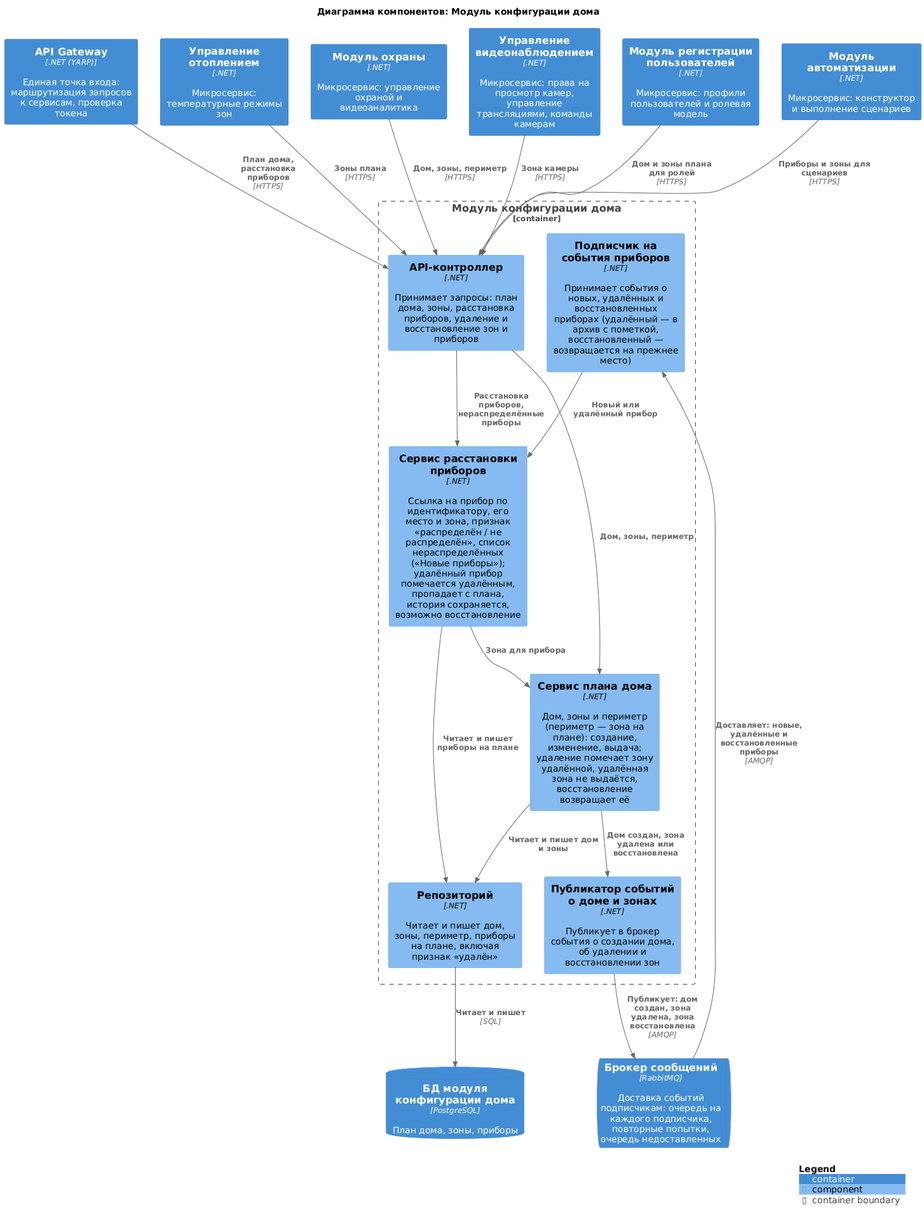
Lyamin-av/architecture-warmhouse keeps this PlantUML diagram as diagrams/components/house-configurator.png. Above is the earlier version.
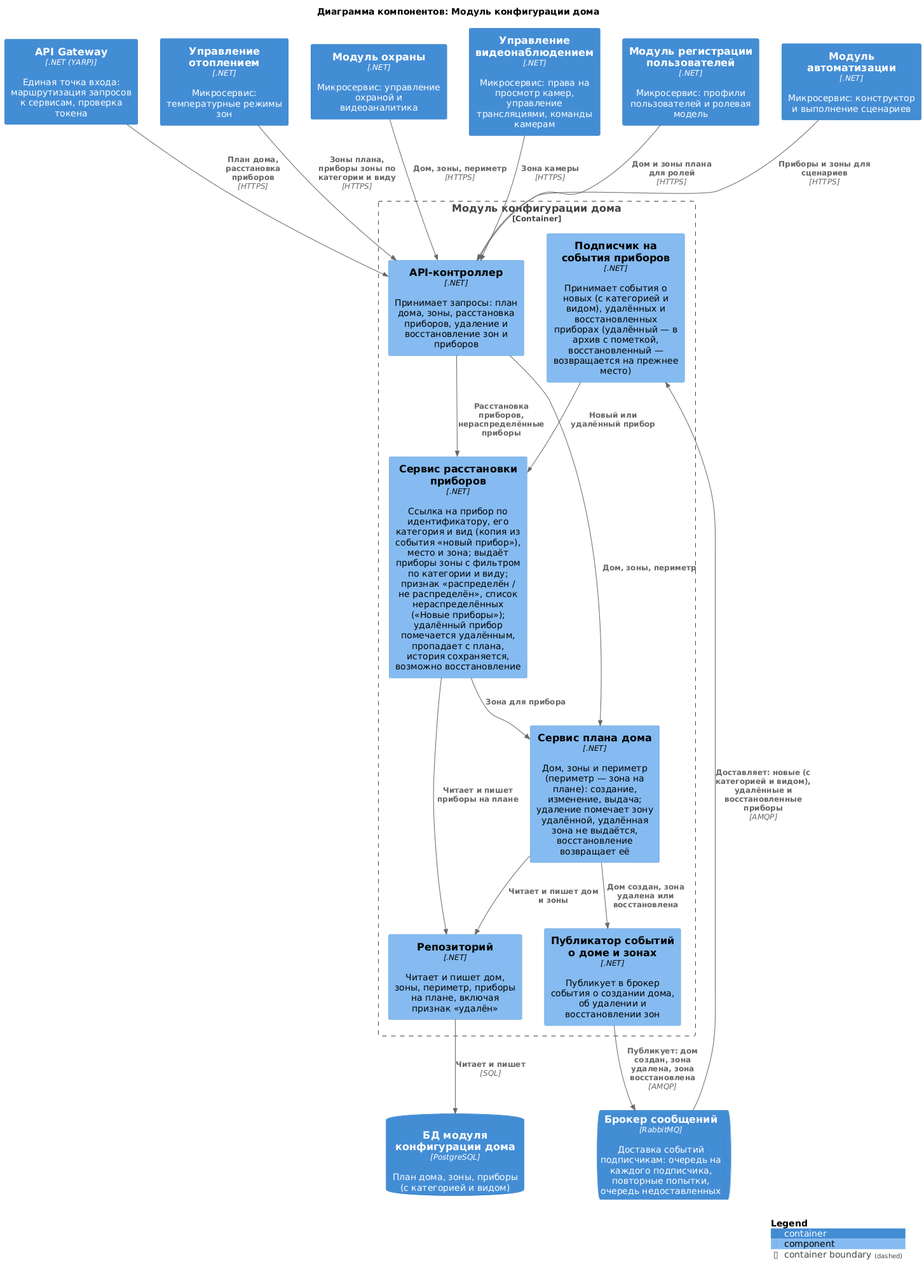
After the change.

Change to the diagram source:
```diff
@@ -10,24 +10,24 @@
 Container(Users, "Модуль регистрации пользователей", ".NET", "Микросервис: профили пользователей и ролевая модель")
 Container(Automation, "Модуль автоматизации", ".NET", "Микросервис: конструктор и выполнение сценариев")
 ContainerQueue(Broker, "Брокер сообщений", "RabbitMQ", "Доставка событий подписчикам: очередь на каждого подписчика, повторные попытки, очередь недоставленных")
-ContainerDb(dbHC, "БД модуля конфигурации дома", "PostgreSQL", "План дома, зоны, приборы")
+ContainerDb(dbHC, "БД модуля конфигурации дома", "PostgreSQL", "План дома, зоны, приборы (с категорией и видом)")
 
 Container_Boundary(HouseConfigurator, "Модуль конфигурации дома") {
     Component(api, "API-контроллер", ".NET", "Принимает запросы: план дома, зоны, расстановка приборов, удаление и восстановление зон и приборов")
     Component(plan, "Сервис плана дома", ".NET", "Дом, зоны и периметр (периметр — зона на плане): создание, изменение, выдача; удаление помечает зону удалённой, удалённая зона не выдаётся, восстановление возвращает её")
-    Component(placement, "Сервис расстановки приборов", ".NET", "Ссылка на прибор по идентификатору, его место и зона, признак «распределён / не распределён», список нераспределённых («Новые приборы»); удалённый прибор помечается удалённым, пропадает с плана, история сохраняется, возможно восстановление")
-    Component(subscriber, "Подписчик на события приборов", ".NET", "Принимает события о новых, удалённых и восстановленных приборах (удалённый — в архив с пометкой, восстановленный — возвращается на прежнее место)")
+    Component(placement, "Сервис расстановки приборов", ".NET", "Ссылка на прибор по идентификатору, его категория и вид (копия из события «новый прибор»), место и зона; выдаёт приборы зоны с фильтром по категории и виду; признак «распределён / не распределён», список нераспределённых («Новые приборы»); удалённый прибор помечается удалённым, пропадает с плана, история сохраняется, возможно восстановление")
+    Component(subscriber, "Подписчик на события приборов", ".NET", "Принимает события о новых (с категорией и видом), удалённых и восстановленных приборах (удалённый — в архив с пометкой, восстановленный — возвращается на прежнее место)")
     Component(publisher, "Публикатор событий о доме и зонах", ".NET", "Публикует в брокер события о создании дома, об удалении и восстановлении зон")
     Component(repo, "Репозиторий", ".NET", "Читает и пишет дом, зоны, периметр, приборы на плане, включая признак «удалён»")
 }
 
 Rel(Gateway, api, "План дома, расстановка приборов", "HTTPS")
-Rel(Heating, api, "Зоны плана", "HTTPS")
+Rel(Heating, api, "Зоны плана, приборы зоны по категории и виду", "HTTPS")
 Rel(Security, api, "Дом, зоны, периметр", "HTTPS")
 Rel(VideoControl, api, "Зона камеры", "HTTPS")
 Rel(Users, api, "Дом и зоны плана для ролей", "HTTPS")
 Rel(Automation, api, "Приборы и зоны для сценариев", "HTTPS")
-Rel(Broker, subscriber, "Доставляет: новые, удалённые и восстановленные приборы", "AMQP")
+Rel(Broker, subscriber, "Доставляет: новые (с категорией и видом), удалённые и восстановленные приборы", "AMQP")
 
 Rel(api, plan, "Дом, зоны, периметр")
 Rel(api, placement, "Расстановка приборов, нераспределённые приборы")
```
